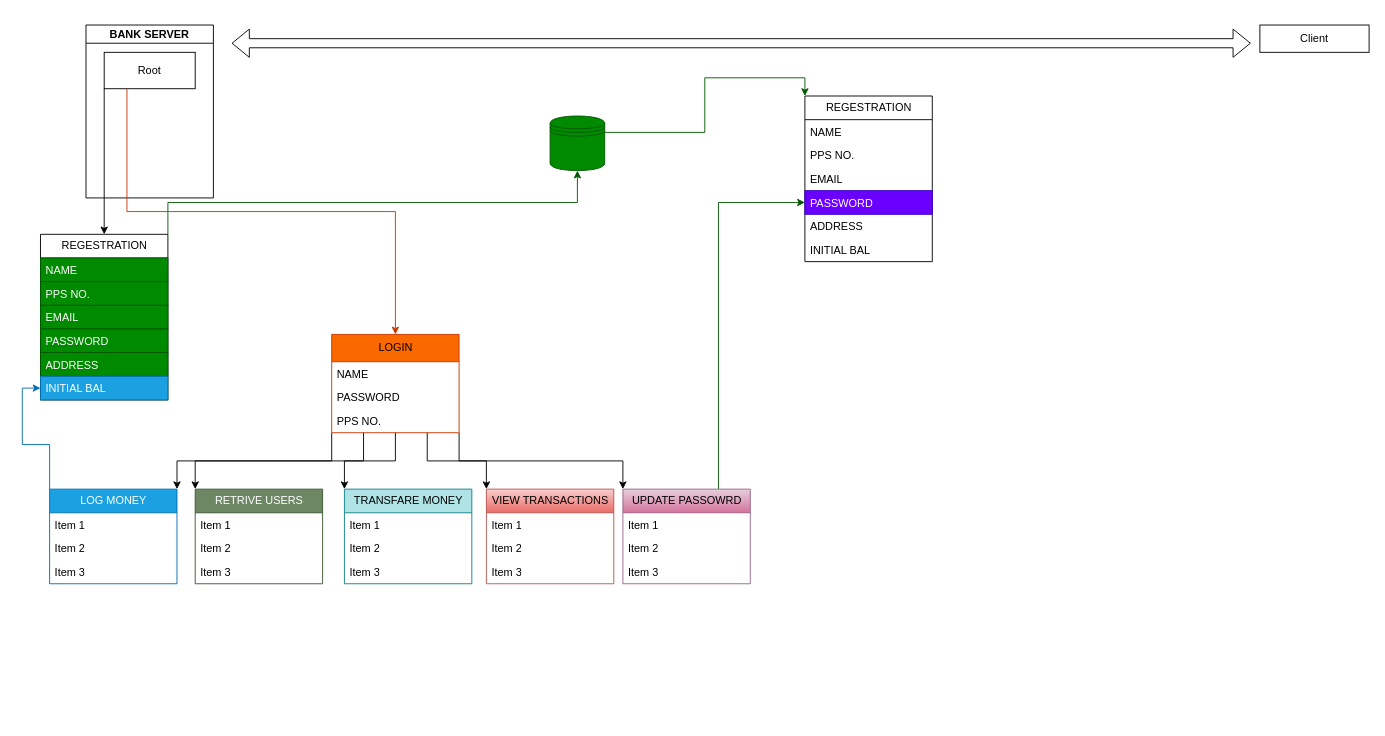
AaronCronnelly/BankServer-Client keeps this draw.io diagram as OperatingSystems.drawio. Above is the earlier version. Source tidied: cells renumbered, new cells numbered last; positions are measured from the earlier drawing's top-left corner, leaving out a move shared by most shapes. Both pictures are drawn from the tidied source at 91%, with x=0, y=0 at pixel (40, 25).
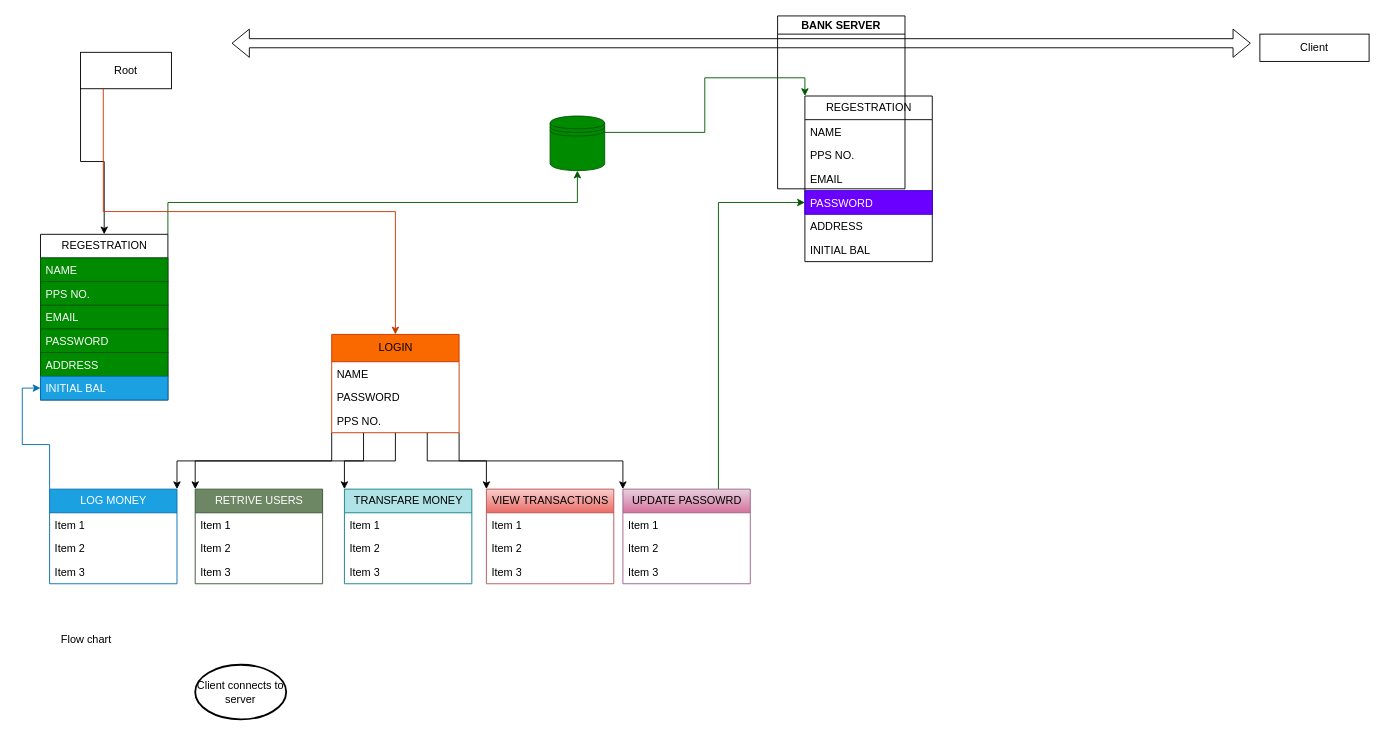
Above is the later version.

Change to the diagram source:
```diff
@@
     <mxCell id="2" value="&lt;div&gt;Client &lt;br&gt;&lt;/div&gt;" style="rounded=0;whiteSpace=wrap;html=1;" parent="1" vertex="1">
-      <mxGeometry x="1340" width="120" height="30" as="geometry" />
+      <mxGeometry x="1340" y="10" width="120" height="30" as="geometry" />
     </mxCell>
@@
     <mxCell id="12" value="BANK SERVER" style="swimlane;startSize=20;horizontal=1;horizontalTree=0;containerType=tree;fontSize=12;" parent="1" vertex="1">
-      <mxGeometry x="50" width="140" height="190" as="geometry" />
+      <mxGeometry x="810" y="-10" width="140" height="190" as="geometry" />
     </mxCell>
     <mxCell id="13" value="Root" style="whiteSpace=wrap;html=1;" parent="12" vertex="1">
-      <mxGeometry x="20" y="30" width="100" height="40" as="geometry" />
+      <mxGeometry x="-766" y="40" width="100" height="40" as="geometry" />
     </mxCell>
@@
+    <mxCell id="56" value="&lt;div&gt;Flow chart &lt;br&gt;&lt;/div&gt;&lt;div&gt;&lt;br&gt;&lt;/div&gt;" style="text;html=1;align=center;verticalAlign=middle;strokeColor=none;fillColor=none;" parent="1" vertex="1">
+      <mxGeometry x="10" y="663" width="80" height="40" as="geometry" />
+    </mxCell>
+    <mxCell id="57" value="Client connects to server" style="strokeWidth=2;html=1;shape=mxgraph.flowchart.start_1;whiteSpace=wrap;" parent="1" vertex="1">
+      <mxGeometry x="170" y="703" width="100" height="60" as="geometry" />
+    </mxCell>
```
